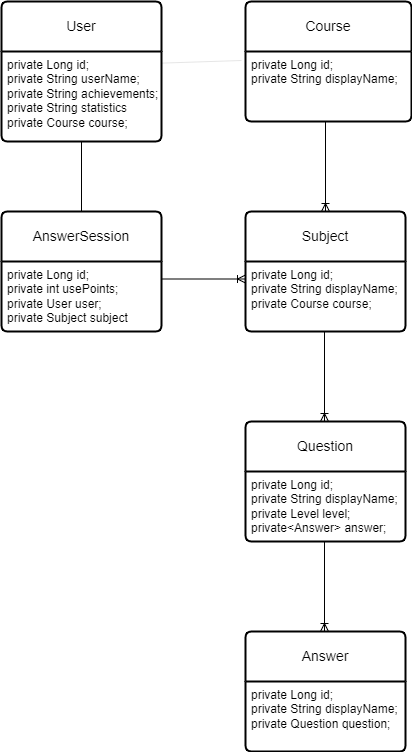
TobiaszCh/CodeSage keeps this draw.io diagram as docs/relationship-diagram.png. Above is the earlier version. Source tidied: cells renumbered, new cells last; positions are measured from the earlier drawing's top-left corner, leaving out a move shared by most shapes.
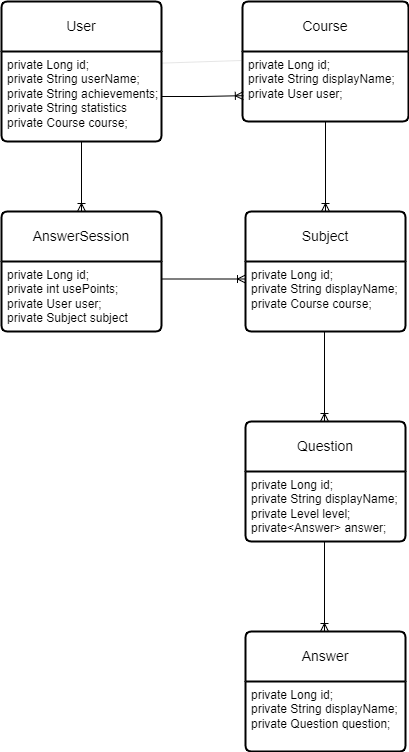
The same diagram one commit later.

The edit, as a diff of the source:
```diff
@@ -3,9 +3,9 @@
     <mxCell id="0" />
     <mxCell id="1" parent="0" />
     <mxCell id="2" value="Course" style="swimlane;horizontal=1;startSize=50;rounded=1;fontSize=14;fontStyle=0;strokeWidth=2;shadow=0;dashed=0;align=center;arcSize=4;whiteSpace=wrap;html=1;" parent="1" vertex="1">
-      <mxGeometry x="244" width="166" height="120" as="geometry" />
+      <mxGeometry x="241" width="166" height="120" as="geometry" />
     </mxCell>
-    <mxCell id="3" value="private Long id;&lt;br&gt;private String displayName;" style="align=left;strokeColor=none;fillColor=none;spacingLeft=4;fontSize=12;verticalAlign=top;html=1;" parent="2" vertex="1">
+    <mxCell id="3" value="private Long id;&lt;br&gt;private String displayName;&lt;br&gt;private User user;" style="align=left;strokeColor=none;fillColor=none;spacingLeft=4;fontSize=12;verticalAlign=top;html=1;" parent="2" vertex="1">
       <mxGeometry y="50" width="166" height="70" as="geometry" />
     </mxCell>
     <mxCell id="4" value="Subject" style="swimlane;horizontal=1;startSize=50;rounded=1;fontSize=14;fontStyle=0;strokeWidth=2;shadow=0;dashed=0;align=center;arcSize=4;whiteSpace=wrap;html=1;" parent="1" vertex="1">
@@ -57,7 +57,7 @@
     <mxCell id="17" style="fontSize=12;html=1;endArrow=ERoneToMany;rounded=0;entryX=0;entryY=0.25;entryDx=0;entryDy=0;exitX=1;exitY=0.25;exitDx=0;exitDy=0;" parent="1" edge="1" source="16" target="5">
       <mxGeometry relative="1" as="geometry" />
     </mxCell>
-    <mxCell id="18" style="endArrow=none;html=1;rounded=0;exitX=0.5;exitY=1;exitDx=0;exitDy=0;entryX=0.5;entryY=0;entryDx=0;entryDy=0;" parent="1" edge="1" source="8" target="15">
+    <mxCell id="18" style="endArrow=ERoneToMany;html=1;rounded=0;exitX=0.5;exitY=1;exitDx=0;exitDy=0;entryX=0.5;entryY=0;entryDx=0;entryDy=0;endFill=0;" parent="1" edge="1" source="8" target="15">
       <mxGeometry relative="1" as="geometry" />
     </mxCell>
     <mxCell id="19" style="fontSize=12;html=1;endArrow=ERoneToMany;rounded=0;entryX=0.5;entryY=0;entryDx=0;entryDy=0;" parent="1" edge="1">
@@ -66,5 +66,8 @@
         <mxPoint x="323" y="420" as="targetPoint" />
       </mxGeometry>
     </mxCell>
+    <mxCell id="20" style="edgeStyle=orthogonalEdgeStyle;rounded=0;jettySize=auto;html=1;exitX=1;exitY=0.5;exitDx=0;exitDy=0;entryX=0.005;entryY=0.631;entryDx=0;entryDy=0;entryPerimeter=0;endArrow=ERoneToMany;endFill=0;" parent="1" edge="1" source="8" target="3">
+      <mxGeometry relative="1" as="geometry" />
+    </mxCell>
   </root>
 </mxGraphModel>
```
